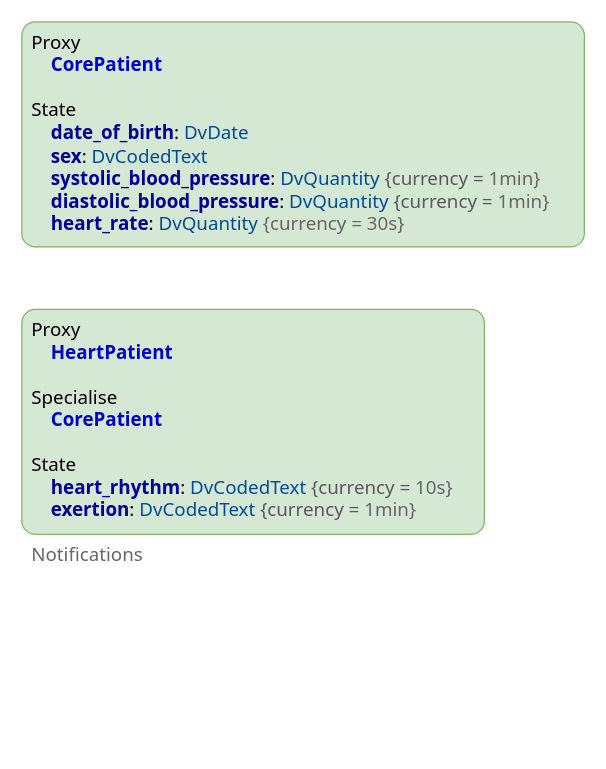
Above: docs/decision_language/diagrams/conceptual_proxy.drawio in openEHR/specifications-PROC (draw.io), before the change. Source tidied: cells renumbered, new cells numbered last; positions are measured from the earlier drawing's top-left corner, leaving out a move shared by most shapes. Both pictures are drawn from the tidied source at 125%, with x=0, y=0 at pixel (21, 21).
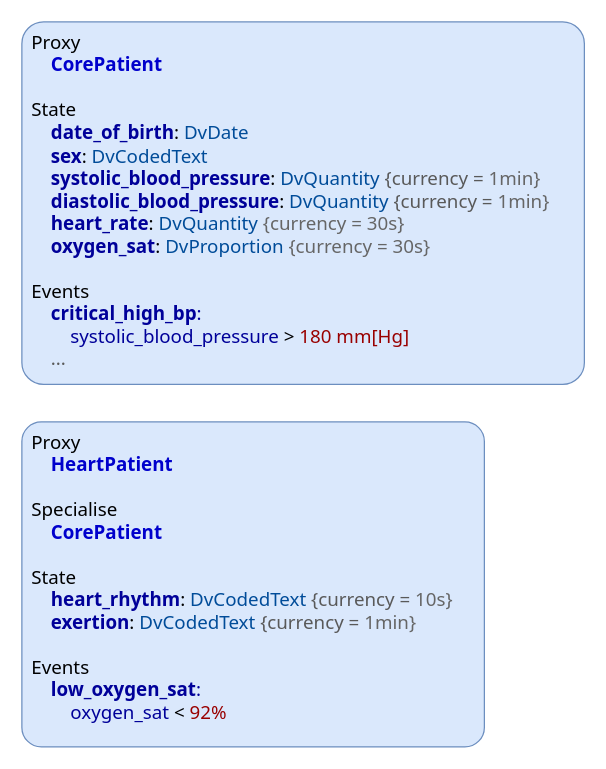
Above is the later version.

The edit, as a diff of the source:
```diff
@@
 <mxGraphModel>
   <root>
     <mxCell id="0" />
     <mxCell id="1" parent="0" />
-    <mxCell id="2" value="&lt;div style=&quot;font-size: 15px&quot;&gt;&lt;font style=&quot;font-size: 15px&quot;&gt;&lt;span&gt;Proxy&lt;/span&gt;&lt;/font&gt;&lt;/div&gt;&lt;div style=&quot;font-size: 15px&quot;&gt;&lt;font style=&quot;font-size: 15px&quot;&gt;&lt;span&gt;&amp;nbsp; &amp;nbsp;&amp;nbsp;&lt;/span&gt;&lt;font style=&quot;font-size: 15px&quot;&gt;&lt;b&gt;&lt;font color=&quot;#0000cc&quot;&gt;HeartPatient&lt;/font&gt;&lt;/b&gt;&lt;font color=&quot;#004c99&quot;&gt;&amp;nbsp;&lt;/font&gt;&lt;/font&gt;&lt;/font&gt;&lt;/div&gt;&lt;div style=&quot;font-size: 15px&quot;&gt;&lt;font style=&quot;font-size: 15px&quot;&gt;&lt;font style=&quot;font-size: 15px&quot;&gt;&lt;font color=&quot;#004c99&quot;&gt;&lt;br&gt;&lt;/font&gt;&lt;/font&gt;&lt;/font&gt;&lt;/div&gt;&lt;div style=&quot;font-size: 15px&quot;&gt;Specialise&lt;/div&gt;&lt;div style=&quot;font-size: 15px&quot;&gt;&lt;font style=&quot;font-size: 15px&quot;&gt;&lt;font style=&quot;font-size: 15px&quot;&gt;&lt;font color=&quot;#004c99&quot;&gt;&amp;nbsp; &amp;nbsp;&amp;nbsp;&lt;/font&gt;&lt;b&gt;&lt;font color=&quot;#0000cc&quot;&gt;CorePatient&lt;/font&gt;&lt;/b&gt;&lt;/font&gt;&lt;/font&gt;&lt;/div&gt;&lt;div style=&quot;font-size: 15px&quot;&gt;&lt;br&gt;&lt;/div&gt;&lt;div style=&quot;font-size: 15px&quot;&gt;State&lt;/div&gt;&lt;font style=&quot;font-size: 15px&quot;&gt;&lt;b style=&quot;white-space: nowrap&quot;&gt;&lt;div&gt;&lt;b&gt;&lt;font color=&quot;#990000&quot; style=&quot;font-size: 15px&quot;&gt;&amp;nbsp; &amp;nbsp; &lt;/font&gt;&lt;font style=&quot;font-size: 15px&quot; color=&quot;#000099&quot;&gt;heart_rhythm&lt;/font&gt;&lt;/b&gt;&lt;span style=&quot;font-weight: normal&quot;&gt;:&amp;nbsp;&lt;/span&gt;&lt;font color=&quot;#004c99&quot; style=&quot;font-weight: normal ; font-size: 15px&quot;&gt;DvCodedText&lt;/font&gt;&lt;span style=&quot;font-weight: normal&quot;&gt;&amp;nbsp;&lt;/span&gt;&lt;font color=&quot;#595959&quot; style=&quot;font-weight: normal ; font-size: 15px&quot;&gt;{currency =&amp;nbsp;&lt;/font&gt;&lt;font color=&quot;#666666&quot; style=&quot;font-weight: normal ; font-size: 15px&quot;&gt;10s}&lt;/font&gt;&lt;/div&gt;&lt;div&gt;&lt;b&gt;&lt;div&gt;&lt;b&gt;&lt;font color=&quot;#990000&quot;&gt;&amp;nbsp; &amp;nbsp; &lt;/font&gt;&lt;font color=&quot;#000099&quot;&gt;exertion&lt;/font&gt;&lt;/b&gt;&lt;span style=&quot;font-weight: normal&quot;&gt;:&amp;nbsp;&lt;/span&gt;&lt;font color=&quot;#004c99&quot; style=&quot;font-weight: normal&quot;&gt;DvCodedText&lt;/font&gt;&lt;span style=&quot;font-weight: normal&quot;&gt;&amp;nbsp;&lt;/span&gt;&lt;font color=&quot;#595959&quot; style=&quot;font-weight: normal&quot;&gt;{currency =&amp;nbsp;&lt;/font&gt;&lt;font color=&quot;#666666&quot; style=&quot;font-weight: normal&quot;&gt;1min}&lt;/font&gt;&lt;/div&gt;&lt;div&gt;&lt;font color=&quot;#666666&quot; style=&quot;font-weight: normal&quot;&gt;&lt;br&gt;&lt;/font&gt;&lt;/div&gt;&lt;div&gt;&lt;font color=&quot;#666666&quot; style=&quot;font-weight: normal&quot;&gt;Notifications&lt;/font&gt;&lt;/div&gt;&lt;div&gt;&lt;font color=&quot;#666666&quot; style=&quot;font-weight: normal&quot;&gt;&lt;br&gt;&lt;/font&gt;&lt;/div&gt;&lt;/b&gt;&lt;/div&gt;&lt;/b&gt;&lt;/font&gt;" style="rounded=1;whiteSpace=wrap;html=1;fontSize=16;arcSize=6;verticalAlign=top;fillColor=#d5e8d4;strokeColor=#82b366;fontFamily=Tahoma;align=left;spacingLeft=6;" parent="1" vertex="1">
-      <mxGeometry y="230" width="370" height="180" as="geometry" />
+    <mxCell id="2" value="&lt;div style=&quot;font-size: 15px&quot;&gt;&lt;font style=&quot;font-size: 15px&quot;&gt;&lt;span&gt;Proxy&lt;/span&gt;&lt;/font&gt;&lt;/div&gt;&lt;div style=&quot;font-size: 15px&quot;&gt;&lt;font style=&quot;font-size: 15px&quot;&gt;&lt;span&gt;&amp;nbsp; &amp;nbsp;&amp;nbsp;&lt;/span&gt;&lt;font style=&quot;font-size: 15px&quot;&gt;&lt;b&gt;&lt;font color=&quot;#0000cc&quot;&gt;HeartPatient&lt;/font&gt;&lt;/b&gt;&lt;font color=&quot;#004c99&quot;&gt;&amp;nbsp;&lt;/font&gt;&lt;/font&gt;&lt;/font&gt;&lt;/div&gt;&lt;div style=&quot;font-size: 15px&quot;&gt;&lt;font style=&quot;font-size: 15px&quot;&gt;&lt;font style=&quot;font-size: 15px&quot;&gt;&lt;font color=&quot;#004c99&quot;&gt;&lt;br&gt;&lt;/font&gt;&lt;/font&gt;&lt;/font&gt;&lt;/div&gt;&lt;div style=&quot;font-size: 15px&quot;&gt;Specialise&lt;/div&gt;&lt;div style=&quot;font-size: 15px&quot;&gt;&lt;font style=&quot;font-size: 15px&quot;&gt;&lt;font style=&quot;font-size: 15px&quot;&gt;&lt;font color=&quot;#004c99&quot;&gt;&amp;nbsp; &amp;nbsp;&amp;nbsp;&lt;/font&gt;&lt;b&gt;&lt;font color=&quot;#0000cc&quot;&gt;CorePatient&lt;/font&gt;&lt;/b&gt;&lt;/font&gt;&lt;/font&gt;&lt;/div&gt;&lt;div style=&quot;font-size: 15px&quot;&gt;&lt;br&gt;&lt;/div&gt;&lt;div style=&quot;font-size: 15px&quot;&gt;State&lt;/div&gt;&lt;font style=&quot;font-size: 15px&quot;&gt;&lt;span style=&quot;white-space: nowrap&quot;&gt;&lt;div style=&quot;font-weight: bold&quot;&gt;&lt;b&gt;&lt;font color=&quot;#990000&quot; style=&quot;font-size: 15px&quot;&gt;&amp;nbsp; &amp;nbsp; &lt;/font&gt;&lt;font style=&quot;font-size: 15px&quot; color=&quot;#000099&quot;&gt;heart_rhythm&lt;/font&gt;&lt;/b&gt;&lt;span style=&quot;font-weight: normal&quot;&gt;:&amp;nbsp;&lt;/span&gt;&lt;font color=&quot;#004c99&quot; style=&quot;font-weight: normal ; font-size: 15px&quot;&gt;DvCodedText&lt;/font&gt;&lt;span style=&quot;font-weight: normal&quot;&gt;&amp;nbsp;&lt;/span&gt;&lt;font color=&quot;#595959&quot; style=&quot;font-weight: normal ; font-size: 15px&quot;&gt;{currency =&amp;nbsp;&lt;/font&gt;&lt;font color=&quot;#666666&quot; style=&quot;font-weight: normal ; font-size: 15px&quot;&gt;10s}&lt;/font&gt;&lt;/div&gt;&lt;div&gt;&lt;div style=&quot;font-weight: bold&quot;&gt;&lt;b&gt;&lt;font color=&quot;#990000&quot;&gt;&amp;nbsp; &amp;nbsp; &lt;/font&gt;&lt;font color=&quot;#000099&quot;&gt;exertion&lt;/font&gt;&lt;/b&gt;&lt;span style=&quot;font-weight: normal&quot;&gt;:&amp;nbsp;&lt;/span&gt;&lt;font color=&quot;#004c99&quot; style=&quot;font-weight: normal&quot;&gt;DvCodedText&lt;/font&gt;&lt;span style=&quot;font-weight: normal&quot;&gt;&amp;nbsp;&lt;/span&gt;&lt;font color=&quot;#595959&quot; style=&quot;font-weight: normal&quot;&gt;{currency =&amp;nbsp;&lt;/font&gt;&lt;font color=&quot;#666666&quot; style=&quot;font-weight: normal&quot;&gt;1min}&lt;/font&gt;&lt;/div&gt;&lt;div style=&quot;font-weight: bold&quot;&gt;&lt;font color=&quot;#666666&quot; style=&quot;font-weight: normal&quot;&gt;&lt;br&gt;&lt;/font&gt;&lt;/div&gt;&lt;div style=&quot;font-weight: bold&quot;&gt;&lt;font style=&quot;font-weight: normal&quot;&gt;Events&lt;/font&gt;&lt;/div&gt;&lt;div&gt;&lt;font color=&quot;#666666&quot; style=&quot;font-weight: normal&quot;&gt;&amp;nbsp; &amp;nbsp; &lt;/font&gt;&lt;font color=&quot;#000099&quot;&gt;&lt;b&gt;low_oxygen_sat&lt;/b&gt;:&lt;/font&gt;&lt;/div&gt;&lt;div&gt;&lt;font color=&quot;#666666&quot;&gt;&amp;nbsp; &amp;nbsp; &amp;nbsp; &amp;nbsp; &lt;/font&gt;&lt;font color=&quot;#000099&quot;&gt;oxygen_sat&lt;/font&gt;&lt;font color=&quot;#666666&quot;&gt; &lt;/font&gt;&amp;lt;&lt;font color=&quot;#666666&quot;&gt; &lt;/font&gt;&lt;font color=&quot;#990000&quot;&gt;92%&lt;/font&gt;&lt;/div&gt;&lt;div style=&quot;font-weight: bold&quot;&gt;&lt;font color=&quot;#666666&quot; style=&quot;font-weight: normal&quot;&gt;&lt;br&gt;&lt;/font&gt;&lt;/div&gt;&lt;/div&gt;&lt;/span&gt;&lt;/font&gt;" style="rounded=1;whiteSpace=wrap;html=1;fontSize=16;arcSize=6;verticalAlign=top;fillColor=#dae8fc;strokeColor=#6c8ebf;fontFamily=Tahoma;align=left;spacingLeft=6;" parent="1" vertex="1">
+      <mxGeometry y="320" width="370" height="260" as="geometry" />
     </mxCell>
     <mxCell id="3" value="&lt;font style=&quot;font-size: 14px&quot;&gt;&lt;br&gt;&lt;/font&gt;" style="text;html=1;align=left;verticalAlign=middle;fontSize=12;fontFamily=Tahoma;" parent="1" vertex="1">
       <mxGeometry x="360" y="335.5" width="20" height="20" as="geometry" />
     </mxCell>
-    <mxCell id="4" value="&lt;div style=&quot;font-size: 15px&quot;&gt;&lt;font style=&quot;font-size: 15px&quot;&gt;&lt;span&gt;Proxy&lt;/span&gt;&lt;/font&gt;&lt;/div&gt;&lt;div style=&quot;font-size: 15px&quot;&gt;&lt;font style=&quot;font-size: 15px&quot;&gt;&lt;font style=&quot;font-size: 15px&quot;&gt;&amp;nbsp; &amp;nbsp;&amp;nbsp;&lt;b&gt;&lt;font color=&quot;#0000cc&quot;&gt;CorePatient&lt;/font&gt;&lt;/b&gt;&lt;/font&gt;&lt;/font&gt;&lt;/div&gt;&lt;div style=&quot;font-size: 15px&quot;&gt;&lt;font style=&quot;font-size: 15px&quot;&gt;&lt;font style=&quot;font-size: 15px&quot;&gt;&lt;b style=&quot;color: rgb(153 , 0 , 77)&quot;&gt;&lt;br&gt;&lt;/b&gt;&lt;/font&gt;&lt;/font&gt;&lt;/div&gt;&lt;div style=&quot;font-size: 15px&quot;&gt;State&lt;/div&gt;&lt;font style=&quot;font-size: 15px&quot;&gt;&lt;b style=&quot;white-space: nowrap&quot;&gt;&lt;font color=&quot;#990000&quot;&gt;&amp;nbsp; &amp;nbsp; &lt;/font&gt;&lt;font color=&quot;#000099&quot;&gt;date_of_birth&lt;/font&gt;&lt;/b&gt;&lt;span style=&quot;white-space: nowrap&quot;&gt;:&amp;nbsp;&lt;/span&gt;&lt;font color=&quot;#004c99&quot; style=&quot;white-space: nowrap&quot;&gt;DvDate&lt;/font&gt;&lt;b style=&quot;white-space: nowrap&quot;&gt;&lt;div&gt;&lt;b&gt;&lt;font color=&quot;#990000&quot;&gt;&amp;nbsp; &amp;nbsp; &lt;/font&gt;&lt;font color=&quot;#000099&quot;&gt;sex&lt;/font&gt;&lt;/b&gt;&lt;span style=&quot;font-weight: 400&quot;&gt;:&amp;nbsp;&lt;/span&gt;&lt;font color=&quot;#004c99&quot; style=&quot;font-weight: 400&quot;&gt;DvCodedText&lt;/font&gt;&lt;/div&gt;&lt;div&gt;&lt;b&gt;&lt;font color=&quot;#990000&quot; style=&quot;font-size: 15px&quot;&gt;&amp;nbsp; &amp;nbsp; &lt;/font&gt;&lt;font style=&quot;font-size: 15px&quot; color=&quot;#000099&quot;&gt;systolic_blood_pressure&lt;/font&gt;&lt;/b&gt;&lt;span style=&quot;font-weight: normal&quot;&gt;:&amp;nbsp;&lt;/span&gt;&lt;font color=&quot;#004c99&quot; style=&quot;font-weight: normal ; font-size: 15px&quot;&gt;DvQuantity&lt;/font&gt;&lt;span style=&quot;font-weight: normal&quot;&gt;&amp;nbsp;&lt;/span&gt;&lt;font color=&quot;#595959&quot; style=&quot;font-weight: normal ; font-size: 15px&quot;&gt;{currency =&amp;nbsp;&lt;/font&gt;&lt;font color=&quot;#666666&quot; style=&quot;font-weight: normal ; font-size: 15px&quot;&gt;1min}&lt;/font&gt;&lt;/div&gt;&lt;div&gt;&lt;b&gt;&lt;font color=&quot;#990000&quot;&gt;&amp;nbsp; &amp;nbsp; &lt;/font&gt;&lt;font color=&quot;#000099&quot;&gt;diastolic_blood_pressure&lt;/font&gt;&lt;/b&gt;&lt;span style=&quot;font-weight: normal&quot;&gt;:&amp;nbsp;&lt;/span&gt;&lt;font color=&quot;#004c99&quot; style=&quot;font-weight: normal&quot;&gt;DvQuantity&lt;/font&gt;&lt;span style=&quot;font-weight: normal&quot;&gt;&amp;nbsp;&lt;/span&gt;&lt;font color=&quot;#595959&quot; style=&quot;font-weight: normal&quot;&gt;{currency =&amp;nbsp;&lt;/font&gt;&lt;font color=&quot;#666666&quot; style=&quot;font-weight: normal&quot;&gt;1min}&lt;/font&gt;&lt;span style=&quot;font-weight: normal&quot;&gt;&lt;br&gt;&lt;/span&gt;&lt;/div&gt;&lt;/b&gt;&lt;font style=&quot;white-space: nowrap ; font-size: 15px&quot;&gt;&lt;div&gt;&lt;font style=&quot;font-size: 15px&quot;&gt;&lt;b&gt;&lt;font color=&quot;#990000&quot;&gt;&amp;nbsp; &amp;nbsp; &lt;/font&gt;&lt;font color=&quot;#000099&quot;&gt;heart_rate&lt;/font&gt;&lt;/b&gt;&lt;/font&gt;&lt;span style=&quot;color: rgb(0 , 0 , 0)&quot;&gt;:&amp;nbsp;&lt;/span&gt;&lt;font color=&quot;#004c99&quot; style=&quot;font-size: 15px&quot;&gt;DvQuantity&lt;/font&gt;&lt;span style=&quot;color: rgb(0 , 0 , 0)&quot;&gt;&amp;nbsp;&lt;/span&gt;&lt;font style=&quot;font-size: 15px&quot; color=&quot;#666666&quot;&gt;{currency = 30s}&lt;/font&gt;&lt;/div&gt;&lt;/font&gt;&lt;/font&gt;" style="rounded=1;whiteSpace=wrap;html=1;fontSize=16;arcSize=6;verticalAlign=top;fillColor=#d5e8d4;strokeColor=#82b366;fontFamily=Tahoma;align=left;spacingLeft=6;" parent="1" vertex="1">
-      <mxGeometry width="450" height="180" as="geometry" />
+    <mxCell id="4" value="&lt;div style=&quot;font-size: 15px&quot;&gt;&lt;font style=&quot;font-size: 15px&quot;&gt;&lt;span&gt;Proxy&lt;/span&gt;&lt;/font&gt;&lt;/div&gt;&lt;div style=&quot;font-size: 15px&quot;&gt;&lt;font style=&quot;font-size: 15px&quot;&gt;&lt;font style=&quot;font-size: 15px&quot;&gt;&amp;nbsp; &amp;nbsp;&amp;nbsp;&lt;b&gt;&lt;font color=&quot;#0000cc&quot;&gt;CorePatient&lt;/font&gt;&lt;/b&gt;&lt;/font&gt;&lt;/font&gt;&lt;/div&gt;&lt;div style=&quot;font-size: 15px&quot;&gt;&lt;font style=&quot;font-size: 15px&quot;&gt;&lt;font style=&quot;font-size: 15px&quot;&gt;&lt;b style=&quot;color: rgb(153 , 0 , 77)&quot;&gt;&lt;br&gt;&lt;/b&gt;&lt;/font&gt;&lt;/font&gt;&lt;/div&gt;&lt;div style=&quot;font-size: 15px&quot;&gt;State&lt;/div&gt;&lt;font style=&quot;font-size: 15px&quot;&gt;&lt;b style=&quot;white-space: nowrap&quot;&gt;&lt;font color=&quot;#990000&quot;&gt;&amp;nbsp; &amp;nbsp; &lt;/font&gt;&lt;font color=&quot;#000099&quot;&gt;date_of_birth&lt;/font&gt;&lt;/b&gt;&lt;span style=&quot;white-space: nowrap&quot;&gt;:&amp;nbsp;&lt;/span&gt;&lt;font color=&quot;#004c99&quot; style=&quot;white-space: nowrap&quot;&gt;DvDate&lt;/font&gt;&lt;b style=&quot;white-space: nowrap&quot;&gt;&lt;div&gt;&lt;b&gt;&lt;font color=&quot;#990000&quot;&gt;&amp;nbsp; &amp;nbsp; &lt;/font&gt;&lt;font color=&quot;#000099&quot;&gt;sex&lt;/font&gt;&lt;/b&gt;&lt;span style=&quot;font-weight: 400&quot;&gt;:&amp;nbsp;&lt;/span&gt;&lt;font color=&quot;#004c99&quot; style=&quot;font-weight: 400&quot;&gt;DvCodedText&lt;/font&gt;&lt;/div&gt;&lt;div&gt;&lt;b&gt;&lt;font color=&quot;#990000&quot; style=&quot;font-size: 15px&quot;&gt;&amp;nbsp; &amp;nbsp; &lt;/font&gt;&lt;font style=&quot;font-size: 15px&quot; color=&quot;#000099&quot;&gt;systolic_blood_pressure&lt;/font&gt;&lt;/b&gt;&lt;span style=&quot;font-weight: normal&quot;&gt;:&amp;nbsp;&lt;/span&gt;&lt;font color=&quot;#004c99&quot; style=&quot;font-weight: normal ; font-size: 15px&quot;&gt;DvQuantity&lt;/font&gt;&lt;span style=&quot;font-weight: normal&quot;&gt;&amp;nbsp;&lt;/span&gt;&lt;font color=&quot;#595959&quot; style=&quot;font-weight: normal ; font-size: 15px&quot;&gt;{currency =&amp;nbsp;&lt;/font&gt;&lt;font color=&quot;#666666&quot; style=&quot;font-weight: normal ; font-size: 15px&quot;&gt;1min}&lt;/font&gt;&lt;/div&gt;&lt;div&gt;&lt;b&gt;&lt;font color=&quot;#990000&quot;&gt;&amp;nbsp; &amp;nbsp; &lt;/font&gt;&lt;font color=&quot;#000099&quot;&gt;diastolic_blood_pressure&lt;/font&gt;&lt;/b&gt;&lt;span style=&quot;font-weight: normal&quot;&gt;:&amp;nbsp;&lt;/span&gt;&lt;font color=&quot;#004c99&quot; style=&quot;font-weight: normal&quot;&gt;DvQuantity&lt;/font&gt;&lt;span style=&quot;font-weight: normal&quot;&gt;&amp;nbsp;&lt;/span&gt;&lt;font color=&quot;#595959&quot; style=&quot;font-weight: normal&quot;&gt;{currency =&amp;nbsp;&lt;/font&gt;&lt;font color=&quot;#666666&quot; style=&quot;font-weight: normal&quot;&gt;1min}&lt;/font&gt;&lt;span style=&quot;font-weight: normal&quot;&gt;&lt;br&gt;&lt;/span&gt;&lt;/div&gt;&lt;/b&gt;&lt;font style=&quot;white-space: nowrap ; font-size: 15px&quot;&gt;&lt;div&gt;&lt;font style=&quot;font-size: 15px&quot;&gt;&lt;b&gt;&lt;font color=&quot;#990000&quot;&gt;&amp;nbsp; &amp;nbsp; &lt;/font&gt;&lt;font color=&quot;#000099&quot;&gt;heart_rate&lt;/font&gt;&lt;/b&gt;&lt;/font&gt;&lt;span style=&quot;color: rgb(0 , 0 , 0)&quot;&gt;:&amp;nbsp;&lt;/span&gt;&lt;font color=&quot;#004c99&quot; style=&quot;font-size: 15px&quot;&gt;DvQuantity&lt;/font&gt;&lt;span style=&quot;color: rgb(0 , 0 , 0)&quot;&gt;&amp;nbsp;&lt;/span&gt;&lt;font style=&quot;font-size: 15px&quot; color=&quot;#666666&quot;&gt;{currency = 30s}&lt;/font&gt;&lt;/div&gt;&lt;div&gt;&lt;b&gt;&lt;font color=&quot;#990000&quot;&gt;&amp;nbsp; &amp;nbsp;&amp;nbsp;&lt;/font&gt;&lt;font color=&quot;#000099&quot;&gt;oxygen_sat&lt;/font&gt;&lt;/b&gt;:&amp;nbsp;&lt;font color=&quot;#004c99&quot;&gt;DvProportion&lt;/font&gt;&amp;nbsp;&lt;font color=&quot;#666666&quot;&gt;{currency = 30s}&lt;/font&gt;&lt;font style=&quot;font-size: 15px&quot; color=&quot;#666666&quot;&gt;&lt;br&gt;&lt;/font&gt;&lt;/div&gt;&lt;div&gt;&lt;font color=&quot;#666666&quot;&gt;&lt;br&gt;&lt;/font&gt;&lt;/div&gt;&lt;div&gt;&lt;div style=&quot;font-weight: bold&quot;&gt;&lt;font style=&quot;font-weight: normal&quot;&gt;Events&lt;/font&gt;&lt;/div&gt;&lt;div&gt;&lt;font color=&quot;#666666&quot;&gt;&amp;nbsp; &amp;nbsp;&amp;nbsp;&lt;/font&gt;&lt;font color=&quot;#000099&quot;&gt;&lt;b&gt;critical_high_bp&lt;/b&gt;:&lt;/font&gt;&lt;/div&gt;&lt;div&gt;&lt;font color=&quot;#666666&quot;&gt;&amp;nbsp; &amp;nbsp; &amp;nbsp; &amp;nbsp;&amp;nbsp;&lt;/font&gt;&lt;font color=&quot;#000099&quot;&gt;systolic_blood_pressure&lt;/font&gt;&lt;font color=&quot;#666666&quot;&gt;&amp;nbsp;&lt;/font&gt;&amp;gt;&lt;font color=&quot;#666666&quot;&gt;&amp;nbsp;&lt;/font&gt;&lt;font color=&quot;#990000&quot;&gt;180 mm[Hg]&lt;/font&gt;&lt;/div&gt;&lt;/div&gt;&lt;div&gt;&lt;font color=&quot;#595959&quot;&gt;&amp;nbsp; &amp;nbsp; ...&lt;/font&gt;&lt;/div&gt;&lt;/font&gt;&lt;/font&gt;" style="rounded=1;whiteSpace=wrap;html=1;fontSize=16;arcSize=6;verticalAlign=top;fillColor=#dae8fc;strokeColor=#6c8ebf;fontFamily=Tahoma;align=left;spacingLeft=6;" parent="1" vertex="1">
+      <mxGeometry width="450" height="290" as="geometry" />
     </mxCell>
   </root>
 </mxGraphModel>
```
